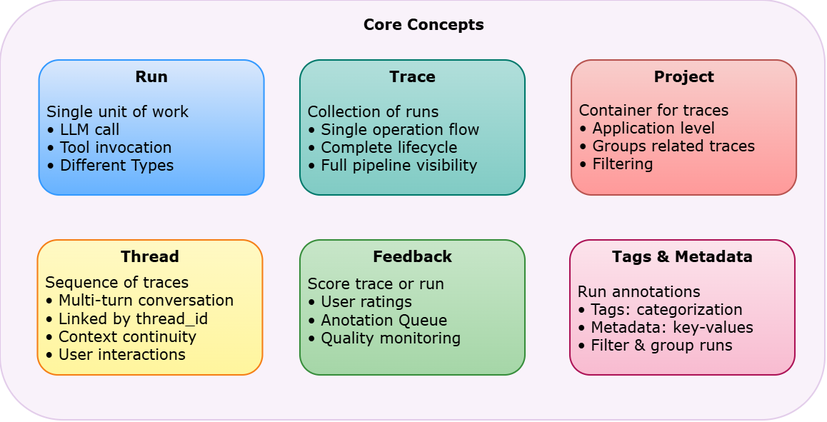
michaelmiscanuk/czsu-multi-agent-text-to-sql keeps this draw.io diagram as other/diagrams/langsmith_observability_core_concepts.drawio.png. Above is the earlier version. Source tidied: cells renumbered, new cells last; positions are measured from the earlier drawing's top-left corner, leaving out a move shared by most shapes.
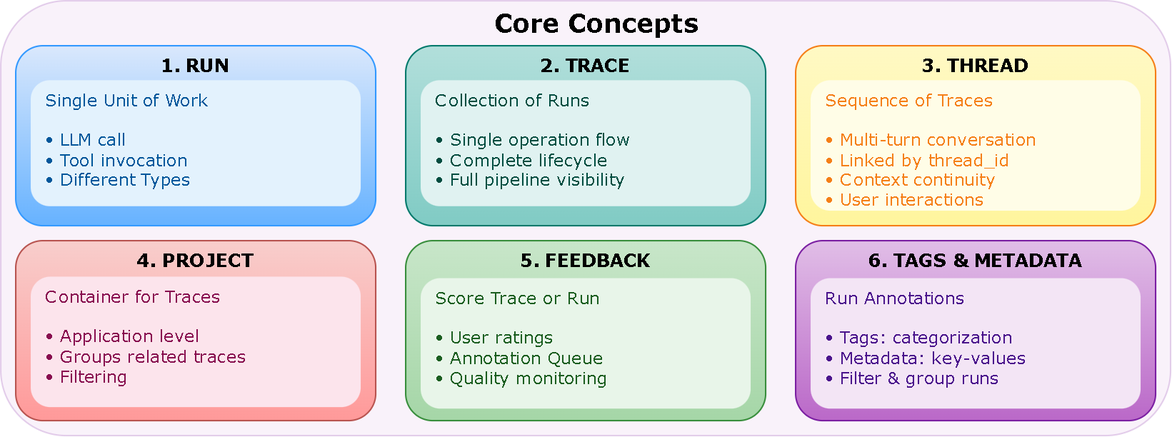
The same diagram one commit later.

Commit message:
356 Improving observability and evaluation core concepts diagrams

Diff of the diagram source:
```diff
@@ -2,44 +2,44 @@
   <root>
     <mxCell id="0" />
     <mxCell id="1" parent="0" />
-    <mxCell id="2" value="&lt;b&gt;Core Concepts&lt;/b&gt;" style="rounded=1;whiteSpace=wrap;html=1;fillColor=#e1bee7;strokeColor=#7B1FA2;fontSize=10;fontStyle=1;opacity=20;align=center;verticalAlign=top;spacingLeft=15;spacingTop=3;fontFamily=Verdana;fontColor=default;gradientColor=none;" parent="1" vertex="1">
-      <mxGeometry width="550" height="280" as="geometry" />
+    <mxCell id="2" value="&lt;b&gt;Core Concepts&lt;/b&gt;" style="rounded=1;whiteSpace=wrap;html=1;fillColor=#e1bee7;strokeColor=#7B1FA2;fontSize=17;fontStyle=1;opacity=20;align=center;verticalAlign=top;spacingLeft=15;spacingTop=-2;fontFamily=Verdana;fontColor=default;gradientColor=none;" parent="1" vertex="1">
+      <mxGeometry x="-30" y="-80" width="780" height="290" as="geometry" />
     </mxCell>
-    <mxCell id="3" value="&lt;b&gt;Run&lt;/b&gt;" style="rounded=1;whiteSpace=wrap;html=1;fillColor=#dae8fc;strokeColor=#3399FF;fontSize=10;fontStyle=1;gradientColor=#66B2FF;align=center;verticalAlign=top;spacingTop=-2;fontFamily=Verdana;fontColor=default;spacing=2;" parent="1" vertex="1">
-      <mxGeometry x="26" y="40" width="150" height="90" as="geometry" />
-    </mxCell>
+    <mxCell id="15" value="&lt;b&gt;1. RUN&lt;/b&gt;" style="rounded=1;whiteSpace=wrap;html=1;fillColor=#dae8fc;strokeColor=#3399FF;fontSize=12;fontStyle=1;gradientColor=#66B2FF;align=center;verticalAlign=top;spacingTop=-1;fontFamily=Verdana;fontColor=default;spacing=2;" parent="1" vertex="1">
+      <mxGeometry x="-20" y="-50" width="240" height="120" as="geometry" />
+    </mxCell>
-    <mxCell id="4" value="Single unit of work&lt;br&gt;• LLM call&lt;br&gt;•&amp;nbsp;Tool invocation&lt;div&gt;• Different Types&lt;/div&gt;" style="text;html=1;strokeColor=none;fillColor=none;align=left;verticalAlign=middle;whiteSpace=wrap;rounded=0;fontSize=10;fontFamily=Verdana;fontColor=default;spacingLeft=2;" parent="1" vertex="1">
-      <mxGeometry x="27" y="61" width="145" height="60" as="geometry" />
+    <mxCell id="4" value="&lt;span&gt;Single Unit of Work&lt;/span&gt;&lt;br&gt;&lt;br&gt;• LLM call&lt;br&gt;• Tool invocation&lt;br&gt;• Different Types" style="text;html=1;strokeColor=none;fillColor=#E3F2FD;align=left;verticalAlign=top;whiteSpace=wrap;rounded=1;fontSize=11;fontFamily=Verdana;fontColor=#01579B;spacingLeft=8;fontStyle=0;spacingTop=0;" parent="1" vertex="1">
+      <mxGeometry x="-10" y="-27" width="220" height="84" as="geometry" />
     </mxCell>
-    <mxCell id="5" value="&lt;b&gt;Trace&lt;/b&gt;" style="rounded=1;whiteSpace=wrap;html=1;fillColor=#b2dfdb;strokeColor=#00796B;fontSize=10;fontStyle=1;gradientColor=#80CBC4;align=center;verticalAlign=top;spacingTop=-2;fontFamily=Verdana;fontColor=default;spacing=2;" parent="1" vertex="1">
-      <mxGeometry x="200" y="40" width="150" height="90" as="geometry" />
-    </mxCell>
+    <mxCell id="16" value="&lt;b&gt;2. TRACE&lt;/b&gt;" style="rounded=1;whiteSpace=wrap;html=1;fillColor=#b2dfdb;strokeColor=#00796B;fontSize=12;fontStyle=1;gradientColor=#80CBC4;align=center;verticalAlign=top;spacingTop=-1;fontFamily=Verdana;fontColor=default;spacing=2;" parent="1" vertex="1">
+      <mxGeometry x="240" y="-50" width="240" height="120" as="geometry" />
+    </mxCell>
-    <mxCell id="6" value="Collection of runs&lt;br&gt;• Single operation flow&lt;br&gt;• Complete lifecycle&lt;br&gt;• Full pipeline visibility" style="text;html=1;strokeColor=none;fillColor=none;align=left;verticalAlign=middle;whiteSpace=wrap;rounded=0;fontSize=10;fontFamily=Verdana;fontColor=default;spacingLeft=2;" parent="1" vertex="1">
-      <mxGeometry x="201" y="61" width="145" height="60" as="geometry" />
+    <mxCell id="6" value="&lt;span&gt;Collection of Runs&lt;/span&gt;&lt;br&gt;&lt;br&gt;• Single operation flow&lt;br&gt;• Complete lifecycle&lt;div&gt;• Full pipeline visibility&lt;/div&gt;" style="text;html=1;strokeColor=none;fillColor=#E0F2F1;align=left;verticalAlign=top;whiteSpace=wrap;rounded=1;fontSize=11;fontFamily=Verdana;fontColor=#004D40;spacingLeft=8;fontStyle=0;spacingTop=0;" parent="1" vertex="1">
+      <mxGeometry x="250" y="-27" width="220" height="84" as="geometry" />
     </mxCell>
-    <mxCell id="7" value="&lt;b&gt;Thread&lt;/b&gt;" style="rounded=1;whiteSpace=wrap;html=1;fillColor=#fff9c4;strokeColor=#F57F17;fontSize=10;fontStyle=1;gradientColor=#FFF59D;align=center;verticalAlign=top;spacingTop=-2;fontFamily=Verdana;fontColor=default;spacing=2;" parent="1" vertex="1">
-      <mxGeometry x="25" y="160" width="150" height="90" as="geometry" />
-    </mxCell>
+    <mxCell id="17" value="&lt;b&gt;3. THREAD&lt;/b&gt;" style="rounded=1;whiteSpace=wrap;html=1;fillColor=#fff9c4;strokeColor=#F57F17;fontSize=12;fontStyle=1;gradientColor=#FFF59D;align=center;verticalAlign=top;spacingTop=-1;fontFamily=Verdana;fontColor=default;spacing=2;" parent="1" vertex="1">
+      <mxGeometry x="500" y="-50" width="240" height="120" as="geometry" />
+    </mxCell>
-    <mxCell id="8" value="Sequence of traces&lt;br&gt;• Multi-turn conversation&lt;br&gt;• Linked by thread_id&lt;br&gt;• Context continuity&lt;br&gt;• User interactions" style="text;html=1;strokeColor=none;fillColor=none;align=left;verticalAlign=middle;whiteSpace=wrap;rounded=0;fontSize=10;fontFamily=Verdana;fontColor=default;spacingLeft=2;" parent="1" vertex="1">
-      <mxGeometry x="26" y="181" width="145" height="60" as="geometry" />
+    <mxCell id="8" value="&lt;span&gt;Sequence of Traces&lt;/span&gt;&lt;br&gt;&lt;br&gt;• Multi-turn conversation&lt;br&gt;• Linked by thread_id&lt;br&gt;• Context continuity&lt;br&gt;• User interactions" style="text;html=1;strokeColor=none;fillColor=#FFFDE7;align=left;verticalAlign=top;whiteSpace=wrap;rounded=1;fontSize=11;fontFamily=Verdana;fontColor=#F57F17;spacingLeft=8;fontStyle=0;spacingTop=0;" parent="1" vertex="1">
+      <mxGeometry x="510" y="-27" width="220" height="87" as="geometry" />
     </mxCell>
-    <mxCell id="9" value="&lt;b&gt;Project&lt;/b&gt;" style="rounded=1;whiteSpace=wrap;html=1;fillColor=#f8cecc;strokeColor=#b85450;fontSize=10;fontStyle=1;gradientColor=#FF9999;align=center;verticalAlign=top;spacingTop=-2;fontFamily=Verdana;fontColor=default;spacing=2;" parent="1" vertex="1">
-      <mxGeometry x="381" y="40" width="150" height="90" as="geometry" />
-    </mxCell>
+    <mxCell id="18" value="&lt;b&gt;4. PROJECT&lt;/b&gt;" style="rounded=1;whiteSpace=wrap;html=1;fillColor=#f8cecc;strokeColor=#b85450;fontSize=12;fontStyle=1;gradientColor=#FF9999;align=center;verticalAlign=top;spacingTop=-1;fontFamily=Verdana;fontColor=default;spacing=2;" parent="1" vertex="1">
+      <mxGeometry x="-20" y="80" width="240" height="120" as="geometry" />
+    </mxCell>
-    <mxCell id="10" value="Container for traces&lt;br&gt;• Application level&lt;br&gt;&lt;div&gt;• Groups related traces&lt;/div&gt;&lt;div&gt;• Filtering&lt;br&gt;&lt;br&gt;&lt;/div&gt;" style="text;html=1;strokeColor=none;fillColor=none;align=left;verticalAlign=middle;whiteSpace=wrap;rounded=0;fontSize=10;fontFamily=Verdana;fontColor=default;spacingLeft=2;" parent="1" vertex="1">
-      <mxGeometry x="382" y="61" width="145" height="69" as="geometry" />
+    <mxCell id="10" value="&lt;span&gt;Container for Traces&lt;/span&gt;&lt;br&gt;&lt;br&gt;• Application level&lt;br&gt;• Groups related traces&lt;br&gt;• Filtering" style="text;html=1;strokeColor=none;fillColor=#fce4ec;align=left;verticalAlign=top;whiteSpace=wrap;rounded=1;fontSize=11;fontFamily=Verdana;fontColor=#880E4F;spacingLeft=8;fontStyle=0;spacingTop=0;" parent="1" vertex="1">
+      <mxGeometry x="-10" y="104" width="220" height="87" as="geometry" />
     </mxCell>
-    <mxCell id="11" value="&lt;b&gt;Feedback&lt;/b&gt;" style="rounded=1;whiteSpace=wrap;html=1;fillColor=#c8e6c9;strokeColor=#388E3C;fontSize=10;fontStyle=1;gradientColor=#A5D6A7;align=center;verticalAlign=top;spacingTop=-2;fontFamily=Verdana;fontColor=default;spacing=2;" parent="1" vertex="1">
-      <mxGeometry x="200" y="160" width="150" height="90" as="geometry" />
-    </mxCell>
+    <mxCell id="19" value="&lt;b&gt;5. FEEDBACK&lt;/b&gt;" style="rounded=1;whiteSpace=wrap;html=1;fillColor=#c8e6c9;strokeColor=#388E3C;fontSize=12;fontStyle=1;gradientColor=#A5D6A7;align=center;verticalAlign=top;spacingTop=-1;fontFamily=Verdana;fontColor=default;spacing=2;" parent="1" vertex="1">
+      <mxGeometry x="240" y="80" width="240" height="120" as="geometry" />
+    </mxCell>
-    <mxCell id="12" value="Score trace or run&lt;br&gt;• User ratings&lt;br&gt;• Anotation Queue&lt;br&gt;• Quality monitoring" style="text;html=1;strokeColor=none;fillColor=none;align=left;verticalAlign=middle;whiteSpace=wrap;rounded=0;fontSize=10;fontFamily=Verdana;fontColor=default;spacingLeft=2;" parent="1" vertex="1">
-      <mxGeometry x="201" y="176" width="145" height="60" as="geometry" />
+    <mxCell id="12" value="&lt;span&gt;Score Trace or Run&lt;/span&gt;&lt;br&gt;&lt;br&gt;• User ratings&lt;br&gt;• Annotation Queue&lt;br&gt;• Quality monitoring" style="text;html=1;strokeColor=none;fillColor=#E8F5E9;align=left;verticalAlign=top;whiteSpace=wrap;rounded=1;fontSize=11;fontFamily=Verdana;fontColor=#1B5E20;spacingLeft=8;fontStyle=0;spacingTop=0;" parent="1" vertex="1">
+      <mxGeometry x="250" y="105" width="220" height="87" as="geometry" />
     </mxCell>
-    <mxCell id="13" value="&lt;b&gt;Tags &amp;amp; Metadata&lt;/b&gt;" style="rounded=1;whiteSpace=wrap;html=1;fillColor=#fce4ec;strokeColor=#AD1457;fontSize=10;fontStyle=1;gradientColor=#F8BBD0;align=center;verticalAlign=top;spacingTop=-2;fontFamily=Verdana;fontColor=default;spacing=2;" parent="1" vertex="1">
-      <mxGeometry x="380" y="160" width="150" height="90" as="geometry" />
-    </mxCell>
+    <mxCell id="20" value="&lt;b&gt;6. TAGS &amp;amp; METADATA&lt;/b&gt;" style="rounded=1;whiteSpace=wrap;html=1;fillColor=#e1bee7;strokeColor=#7B1FA2;fontSize=12;fontStyle=1;gradientColor=#ba68c8;align=center;verticalAlign=top;spacingTop=-1;fontFamily=Verdana;fontColor=default;spacing=2;" parent="1" vertex="1">
+      <mxGeometry x="500" y="80" width="240" height="120" as="geometry" />
+    </mxCell>
-    <mxCell id="14" value="Run annotations&lt;br&gt;• Tags: categorization&lt;br&gt;• Metadata: key-values&lt;br&gt;• Filter &amp;amp; group runs" style="text;html=1;strokeColor=none;fillColor=none;align=left;verticalAlign=middle;whiteSpace=wrap;rounded=0;fontSize=10;fontFamily=Verdana;fontColor=default;spacingLeft=2;" parent="1" vertex="1">
-      <mxGeometry x="381" y="181" width="145" height="60" as="geometry" />
+    <mxCell id="14" value="&lt;span&gt;Run Annotations&lt;/span&gt;&lt;br&gt;&lt;br&gt;• Tags: categorization&lt;br&gt;• Metadata: key-values&lt;br&gt;• Filter &amp;amp; group runs" style="text;html=1;strokeColor=none;fillColor=#f3e5f5;align=left;verticalAlign=top;whiteSpace=wrap;rounded=1;fontSize=11;fontFamily=Verdana;fontColor=#4a148c;spacingLeft=8;fontStyle=0;spacingTop=0;" parent="1" vertex="1">
+      <mxGeometry x="510" y="105" width="220" height="87" as="geometry" />
     </mxCell>
   </root>
 </mxGraphModel>
```
